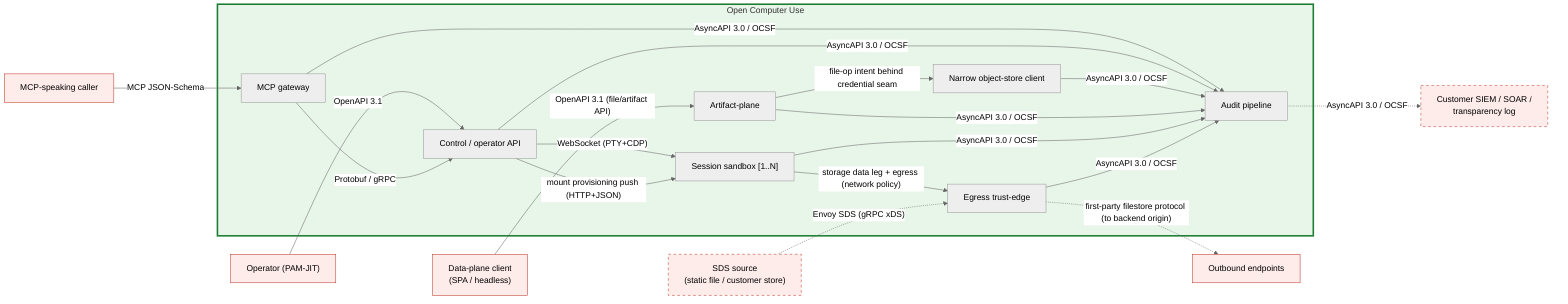
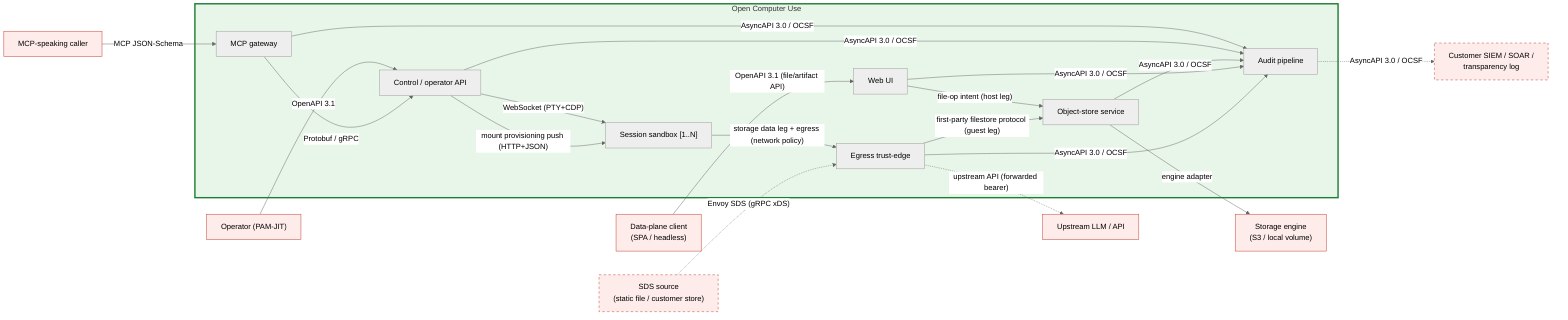
%% SPDX-License-Identifier: FSL-1.1-Apache-2.0
%% Copyright (c) 2025 Open Computer Use Contributors
%% Layer 8 (Contracts) overlay. Referenced from docs/architecture/08-contracts.md.
- %% Same seven containers as diagrams/c4-container.mmd; edge labels carry the CONTRACT FORMAT
+ %% Same containers as diagrams/c4-container.mmd; edge labels carry the CONTRACT FORMAT
%% on each crossing, not the token/protocol. Zone shading is not redrawn — see Layer 3/6.
%% Solid = OCU-defined or conform-inbound; dashed = external party owns the wire format.

%%{init: {"theme": "neutral"} }%%
flowchart LR

    PEER["MCP-speaking caller"]:::ext
    OPER["Operator (PAM-JIT)"]:::ext
-     UPSTREAM["Outbound endpoints"]:::ext
+     UPSTREAM["Upstream LLM / API"]:::ext
+     ENGINE["Storage engine<br/>(S3 / local volume)"]:::ext
    SDS["SDS source<br/>(static file / customer store)"]:::extOpt
    SINK["Customer SIEM / SOAR /<br/>transparency log"]:::extOpt
    DPC["Data-plane client<br/>(SPA / headless)"]:::ext

    subgraph OCU["Open Computer Use"]
        MCPG["MCP gateway"]
        CTRL["Control / operator API"]
-         OSC["Narrow object-store client"]
-         AP["Artifact-plane"]
+         OSS["Object-store service"]
+         WEBUI["Web UI"]
        VM["Session sandbox [1..N]"]
        EDGE["Egress trust-edge"]
        AUD["Audit pipeline"]
    end

    PEER -->|"MCP JSON-Schema"| MCPG
    OPER -->|"OpenAPI 3.1"| CTRL
    MCPG -->|"Protobuf / gRPC"| CTRL
    CTRL -->|"WebSocket (PTY+CDP)"| VM
    CTRL -->|"mount provisioning push (HTTP+JSON)"| VM
-     DPC -->|"OpenAPI 3.1 (file/artifact API)"| AP
-     AP -->|"file-op intent behind credential seam"| OSC
+     DPC -->|"OpenAPI 3.1 (file/artifact API)"| WEBUI
+     WEBUI -->|"file-op intent (host leg)"| OSS
    VM -->|"storage data leg + egress (network policy)"| EDGE
+     EDGE -->|"first-party filestore protocol (guest leg)"| OSS
+     OSS -->|"engine adapter"| ENGINE
+     EDGE -.->|"upstream API (forwarded bearer)"| UPSTREAM
    SDS -.->|"Envoy SDS (gRPC xDS)"| EDGE
-     EDGE -.->|"first-party filestore protocol (to backend origin)"| UPSTREAM

    MCPG -->|"AsyncAPI 3.0 / OCSF"| AUD
    CTRL -->|"AsyncAPI 3.0 / OCSF"| AUD
-     OSC -->|"AsyncAPI 3.0 / OCSF"| AUD
-     AP -->|"AsyncAPI 3.0 / OCSF"| AUD
-     VM -->|"AsyncAPI 3.0 / OCSF"| AUD
+     OSS -->|"AsyncAPI 3.0 / OCSF"| AUD
+     WEBUI -->|"AsyncAPI 3.0 / OCSF"| AUD
    EDGE -->|"AsyncAPI 3.0 / OCSF"| AUD
    AUD -.->|"AsyncAPI 3.0 / OCSF"| SINK

    classDef ext fill:#fdecea,stroke:#c0392b,stroke-width:1px;
    classDef extOpt fill:#fdecea,stroke:#c0392b,stroke-dasharray: 5 5;
    style OCU fill:#e8f5e9,stroke:#1e7e34,stroke-width:3px;
